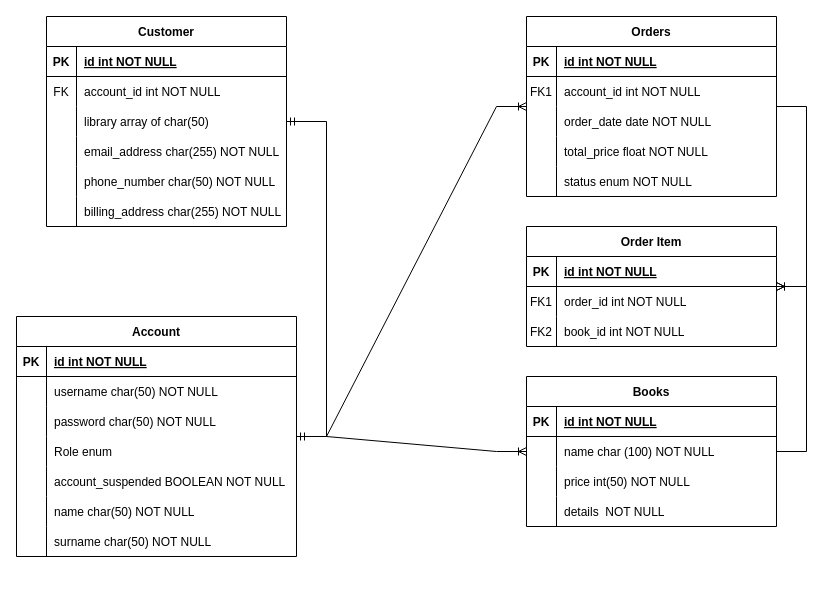
Before: page "ERD" (1 of 2) of documentation/ERD.drawio in TeoScardov/cloud-project-2024, a draw.io diagram. Source tidied: cells renumbered, new cells numbered last; positions are measured from the earlier drawing's top-left corner, leaving out a move shared by most shapes. Both pictures are drawn from the tidied source at 100%, with x=0, y=0 at pixel (16, 16).
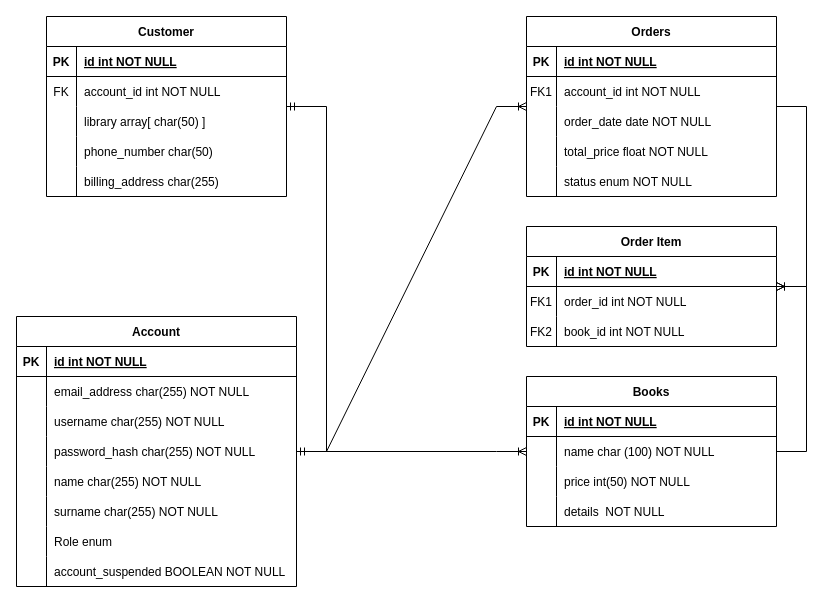
Above is the later version.

The change refers to these unchanged cells:
```xml
<mxCell id="74" style="shape=partialRectangle;fillColor=none;top=0;left=0;right=0;bottom=0;" parent="67" vertex="1">
  <mxGeometry y="90" width="240" height="30" as="geometry" />
</mxCell>
```

Change to the diagram source:
```diff
@@
     <mxCell id="31" value="Account" style="shape=table;startSize=30;childLayout=tableLayout;rowLines=0;fontStyle=1;align=center;" parent="1" vertex="1">
-      <mxGeometry y="300" width="280" height="240" as="geometry" />
+      <mxGeometry y="300" width="280" height="270" as="geometry" />
     </mxCell>
@@
+    <mxCell id="87" style="shape=partialRectangle;fillColor=none;top=0;left=0;right=0;bottom=0;" parent="31" vertex="1">
+      <mxGeometry y="60" width="280" height="30" as="geometry" />
+    </mxCell>
+    <mxCell id="78" style="shape=partialRectangle;overflow=hidden;fillColor=none;top=0;left=0;bottom=0;right=0;" parent="87" vertex="1">
+      <mxGeometry width="30" height="30" as="geometry" />
+    </mxCell>
+    <mxCell id="79" value="email_address char(255) NOT NULL" style="shape=partialRectangle;overflow=hidden;fillColor=none;top=0;left=0;bottom=0;right=0;align=left;spacingLeft=6;" parent="87" vertex="1">
+      <mxGeometry x="30" width="250" height="30" as="geometry" />
+    </mxCell>
     <mxCell id="35" style="shape=partialRectangle;fillColor=none;top=0;left=0;right=0;bottom=0;" parent="31" vertex="1">
-      <mxGeometry y="60" width="280" height="30" as="geometry" />
+      <mxGeometry y="90" width="280" height="30" as="geometry" />
     </mxCell>
@@
-    <mxCell id="37" value="username char(50) NOT NULL" style="shape=partialRectangle;overflow=hidden;fillColor=none;top=0;left=0;bottom=0;right=0;align=left;spacingLeft=6;" parent="35" vertex="1">
+    <mxCell id="37" value="username char(255) NOT NULL" style="shape=partialRectangle;overflow=hidden;fillColor=none;top=0;left=0;bottom=0;right=0;align=left;spacingLeft=6;" parent="35" vertex="1">
       <mxGeometry x="30" width="250" height="30" as="geometry" />
     </mxCell>
     <mxCell id="38" style="shape=partialRectangle;fillColor=none;top=0;left=0;right=0;bottom=0;" parent="31" vertex="1">
-      <mxGeometry y="90" width="280" height="30" as="geometry" />
+      <mxGeometry y="120" width="280" height="30" as="geometry" />
     </mxCell>
@@
-    <mxCell id="40" value="password char(50) NOT NULL" style="shape=partialRectangle;overflow=hidden;fillColor=none;top=0;left=0;bottom=0;right=0;align=left;spacingLeft=6;" parent="38" vertex="1">
+    <mxCell id="40" value="password_hash char(255) NOT NULL" style="shape=partialRectangle;overflow=hidden;fillColor=none;top=0;left=0;bottom=0;right=0;align=left;spacingLeft=6;" parent="38" vertex="1">
       <mxGeometry x="30" width="250" height="30" as="geometry" />
     </mxCell>
+    <mxCell id="47" style="shape=partialRectangle;fillColor=none;top=0;left=0;right=0;bottom=0;" parent="31" vertex="1">
+      <mxGeometry y="150" width="280" height="30" as="geometry" />
+    </mxCell>
+    <mxCell id="48" style="shape=partialRectangle;overflow=hidden;fillColor=none;top=0;left=0;bottom=0;right=0;" parent="47" vertex="1">
+      <mxGeometry width="30" height="30" as="geometry" />
+    </mxCell>
+    <mxCell id="49" value="name char(255) NOT NULL" style="shape=partialRectangle;overflow=hidden;fillColor=none;top=0;left=0;bottom=0;right=0;align=left;spacingLeft=6;" parent="47" vertex="1">
+      <mxGeometry x="30" width="250" height="30" as="geometry" />
+    </mxCell>
+    <mxCell id="50" style="shape=partialRectangle;fillColor=none;top=0;left=0;right=0;bottom=0;" parent="31" vertex="1">
+      <mxGeometry y="180" width="280" height="30" as="geometry" />
+    </mxCell>
+    <mxCell id="51" style="shape=partialRectangle;overflow=hidden;fillColor=none;top=0;left=0;bottom=0;right=0;" parent="50" vertex="1">
+      <mxGeometry width="30" height="30" as="geometry" />
+    </mxCell>
+    <mxCell id="52" value="surname char(255) NOT NULL" style="shape=partialRectangle;overflow=hidden;fillColor=none;top=0;left=0;bottom=0;right=0;align=left;spacingLeft=6;" parent="50" vertex="1">
+      <mxGeometry x="30" width="250" height="30" as="geometry" />
+    </mxCell>
     <mxCell id="41" style="shape=partialRectangle;fillColor=none;top=0;left=0;right=0;bottom=0;" parent="31" vertex="1">
-      <mxGeometry y="120" width="280" height="30" as="geometry" />
+      <mxGeometry y="210" width="280" height="30" as="geometry" />
     </mxCell>
@@
     <mxCell id="44" style="shape=partialRectangle;fillColor=none;top=0;left=0;right=0;bottom=0;" parent="31" vertex="1">
-      <mxGeometry y="150" width="280" height="30" as="geometry" />
+      <mxGeometry y="240" width="280" height="30" as="geometry" />
     </mxCell>
@@
-    <mxCell id="47" style="shape=partialRectangle;fillColor=none;top=0;left=0;right=0;bottom=0;" parent="31" vertex="1">
-      <mxGeometry y="180" width="280" height="30" as="geometry" />
-    </mxCell>
-    <mxCell id="48" style="shape=partialRectangle;overflow=hidden;fillColor=none;top=0;left=0;bottom=0;right=0;" parent="47" vertex="1">
-      <mxGeometry width="30" height="30" as="geometry" />
-    </mxCell>
-    <mxCell id="49" value="name char(50) NOT NULL" style="shape=partialRectangle;overflow=hidden;fillColor=none;top=0;left=0;bottom=0;right=0;align=left;spacingLeft=6;" parent="47" vertex="1">
-      <mxGeometry x="30" width="250" height="30" as="geometry" />
-    </mxCell>
-    <mxCell id="50" style="shape=partialRectangle;fillColor=none;top=0;left=0;right=0;bottom=0;" parent="31" vertex="1">
-      <mxGeometry y="210" width="280" height="30" as="geometry" />
-    </mxCell>
-    <mxCell id="51" style="shape=partialRectangle;overflow=hidden;fillColor=none;top=0;left=0;bottom=0;right=0;" parent="50" vertex="1">
-      <mxGeometry width="30" height="30" as="geometry" />
-    </mxCell>
-    <mxCell id="52" value="surname char(50) NOT NULL" style="shape=partialRectangle;overflow=hidden;fillColor=none;top=0;left=0;bottom=0;right=0;align=left;spacingLeft=6;" parent="50" vertex="1">
-      <mxGeometry x="30" width="250" height="30" as="geometry" />
-    </mxCell>
@@
     <mxCell id="67" value="Customer" style="shape=table;startSize=30;childLayout=tableLayout;rowLines=0;fontStyle=1;align=center;" parent="1" vertex="1">
-      <mxGeometry x="30" width="240" height="210" as="geometry" />
+      <mxGeometry x="30" width="240" height="180" as="geometry" />
     </mxCell>
@@
-    <mxCell id="76" value="library array of char(50)" style="shape=partialRectangle;overflow=hidden;fillColor=none;top=0;left=0;bottom=0;right=0;align=left;spacingLeft=6;" parent="74" vertex="1">
+    <mxCell id="76" value="library array[ char(50) ]" style="shape=partialRectangle;overflow=hidden;fillColor=none;top=0;left=0;bottom=0;right=0;align=left;spacingLeft=6;" parent="74" vertex="1">
       <mxGeometry x="30" width="210" height="30" as="geometry" />
     </mxCell>
-    <mxCell id="77" style="shape=partialRectangle;fillColor=none;top=0;left=0;right=0;bottom=0;" parent="67" vertex="1">
-      <mxGeometry y="120" width="240" height="30" as="geometry" />
-    </mxCell>
-    <mxCell id="78" style="shape=partialRectangle;overflow=hidden;fillColor=none;top=0;left=0;bottom=0;right=0;" parent="77" vertex="1">
-      <mxGeometry width="30" height="30" as="geometry" />
-    </mxCell>
-    <mxCell id="79" value="email_address char(255) NOT NULL" style="shape=partialRectangle;overflow=hidden;fillColor=none;top=0;left=0;bottom=0;right=0;align=left;spacingLeft=6;" parent="77" vertex="1">
-      <mxGeometry x="30" width="210" height="30" as="geometry" />
-    </mxCell>
     <mxCell id="80" style="shape=partialRectangle;fillColor=none;top=0;left=0;right=0;bottom=0;" parent="67" vertex="1">
-      <mxGeometry y="150" width="240" height="30" as="geometry" />
+      <mxGeometry y="120" width="240" height="30" as="geometry" />
     </mxCell>
@@
-    <mxCell id="82" value="phone_number char(50) NOT NULL" style="shape=partialRectangle;overflow=hidden;fillColor=none;top=0;left=0;bottom=0;right=0;align=left;spacingLeft=6;" parent="80" vertex="1">
+    <mxCell id="82" value="phone_number char(50) " style="shape=partialRectangle;overflow=hidden;fillColor=none;top=0;left=0;bottom=0;right=0;align=left;spacingLeft=6;" parent="80" vertex="1">
       <mxGeometry x="30" width="210" height="30" as="geometry" />
     </mxCell>
     <mxCell id="83" style="shape=partialRectangle;fillColor=none;top=0;left=0;right=0;bottom=0;" parent="67" vertex="1">
-      <mxGeometry y="180" width="240" height="30" as="geometry" />
+      <mxGeometry y="150" width="240" height="30" as="geometry" />
     </mxCell>
@@
-    <mxCell id="85" value="billing_address char(255) NOT NULL" style="shape=partialRectangle;overflow=hidden;fillColor=none;top=0;left=0;bottom=0;right=0;align=left;spacingLeft=6;" parent="83" vertex="1">
+    <mxCell id="85" value="billing_address char(255) " style="shape=partialRectangle;overflow=hidden;fillColor=none;top=0;left=0;bottom=0;right=0;align=left;spacingLeft=6;" parent="83" vertex="1">
       <mxGeometry x="30" width="210" height="30" as="geometry" />
     </mxCell>
```
